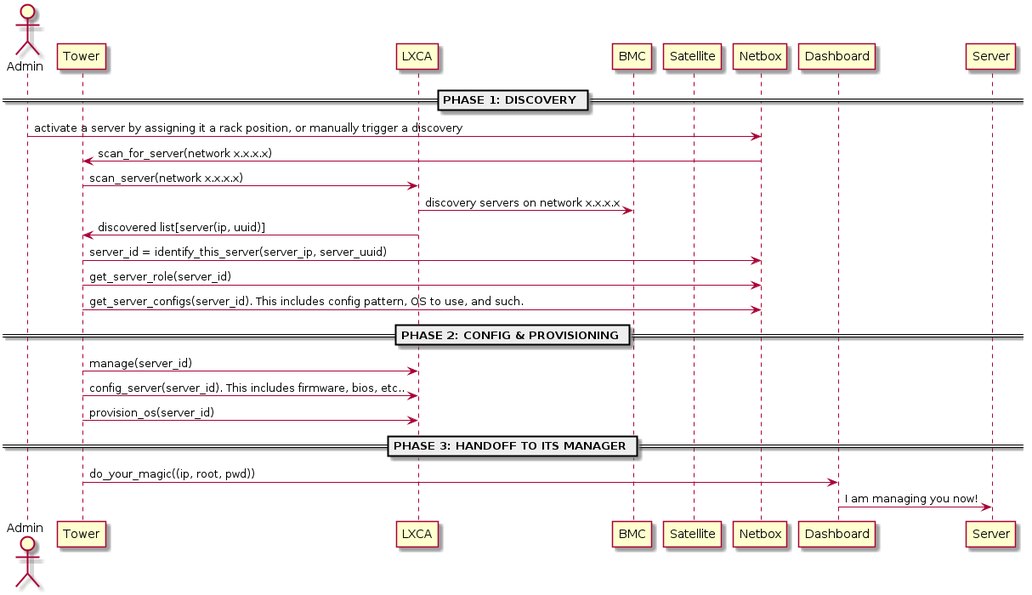
Before: diagrams/ibb add server to ceph.png, a diagram exported from PlantUML (fengxia41103/myblog). Its diagram source:
```plantuml
@startuml

actor Admin
participant Tower
participant LXCA
participant BMC
participant Satellite
participant Netbox
participant Dashboard
participant Server

== PHASE 1: DISCOVERY ==
Admin -> Netbox: activate a server by assigning it a rack position, or manually trigger a discovery
Netbox -> Tower: scan_for_server(network x.x.x.x)
Tower -> LXCA: scan_server(network x.x.x.x)
LXCA -> BMC: discovery servers on network x.x.x.x
LXCA -> Tower: discovered list[server(ip, uuid)]
Tower -> Netbox: server_id = identify_this_server(server_ip, server_uuid)
Tower -> Netbox: get_server_role(server_id)
Tower -> Netbox: get_server_configs(server_id). This includes config pattern, OS to use, and such.

== PHASE 2: CONFIG & PROVISIONING ==
Tower -> LXCA: manage(server_id)
Tower -> LXCA: config_server(server_id). This includes firmware, bios, etc..
Tower -> LXCA: provision_os(server_id)

== PHASE 3: HANDOFF TO ITS MANAGER ==
Tower -> Dashboard: do_your_magic((ip, root, pwd))
Dashboard -> Server: I am managing you now!

@enduml
```
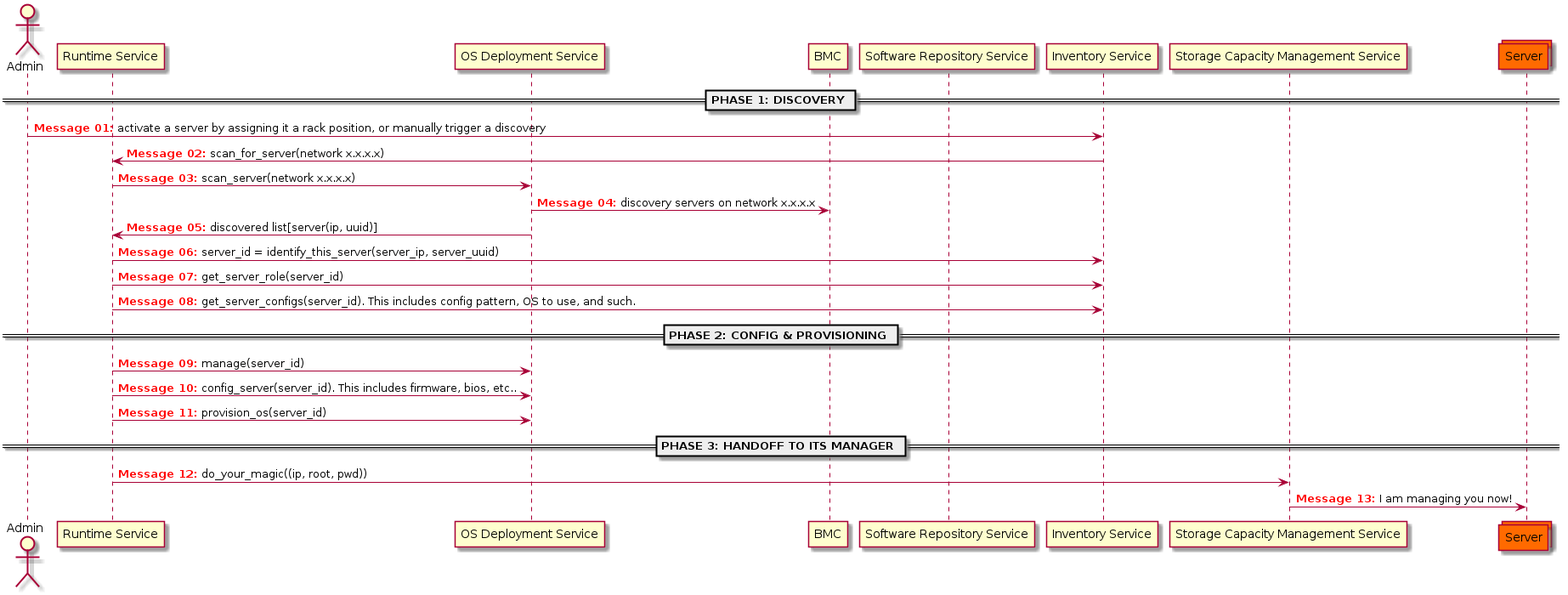
After the commit.

Commit message:
Update ibb diagrams. Create a study notes on UML.

What changed in the source:
```diff
@@ -1,13 +1,14 @@
 @startuml
+autonumber "<font color=red><b>Message 00:"
 
 actor Admin
-participant Tower
-participant LXCA
+participant "Runtime Service" as Tower
+participant "OS Deployment Service" as LXCA
 participant BMC
-participant Satellite
-participant Netbox
-participant Dashboard
-participant Server
+participant "Software Repository Service" as Satellite
+participant "Inventory Service" as Netbox
+participant "Storage Capacity Management Service" as Dashboard
+collections Server #ff6a00
 
 == PHASE 1: DISCOVERY ==
 Admin -> Netbox: activate a server by assigning it a rack position, or manually trigger a discovery
```
